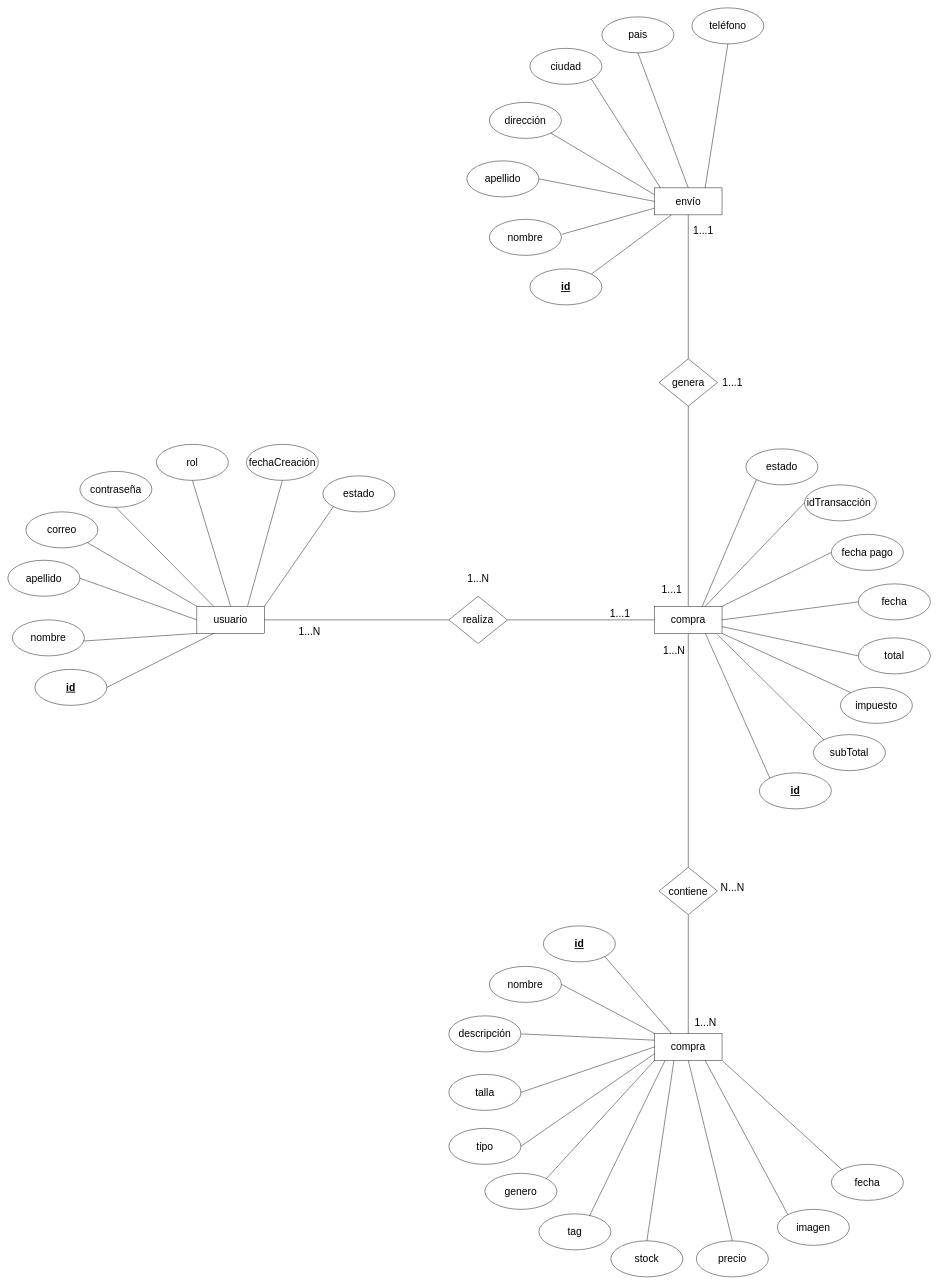
Before: Untitled Diagram.drawio in KarQuis/Modelos-Entidad-Relaci-n, a draw.io diagram. Source tidied: cells renumbered, new cells numbered last; positions are measured from the earlier drawing's top-left corner, leaving out a move shared by most shapes. Both pictures are drawn from the tidied source at 45%, with x=0, y=0 at pixel (8, 8).
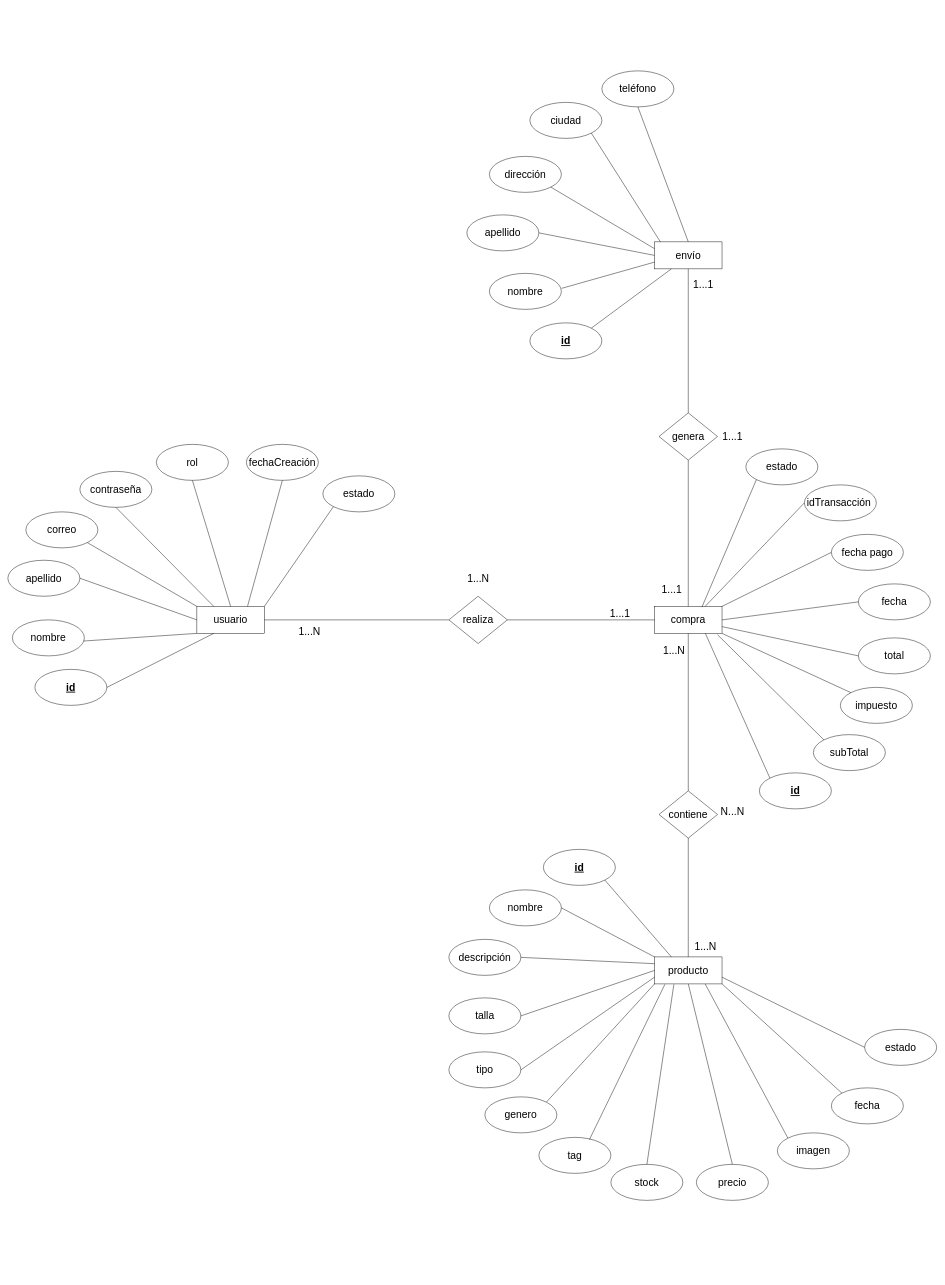
The same page after the edit.

Change to the diagram source:
```diff
@@
     <mxCell id="37" value="&lt;font style=&quot;font-size: 23px;&quot;&gt;contiene&lt;br style=&quot;font-size: 23px;&quot;&gt;&lt;/font&gt;" style="rhombus;whiteSpace=wrap;html=1;fontSize=23;" parent="1" vertex="1">
-      <mxGeometry x="1447" y="1910" width="130" height="105" as="geometry" />
+      <mxGeometry x="1447" y="1740" width="130" height="105" as="geometry" />
     </mxCell>
     <mxCell id="38" value="&lt;font style=&quot;font-size: 23px;&quot;&gt;genera&lt;br style=&quot;font-size: 23px;&quot;&gt;&lt;/font&gt;" style="rhombus;whiteSpace=wrap;html=1;fontSize=23;" parent="1" vertex="1">
-      <mxGeometry x="1447" y="780" width="130" height="105" as="geometry" />
+      <mxGeometry x="1447" y="900" width="130" height="105" as="geometry" />
     </mxCell>
     <mxCell id="39" value="&lt;font style=&quot;font-size: 23px;&quot;&gt;envío&lt;/font&gt;" style="rounded=0;whiteSpace=wrap;html=1;fontSize=23;" parent="1" vertex="1">
-      <mxGeometry x="1437" y="400" width="150" height="60" as="geometry" />
+      <mxGeometry x="1437" y="520" width="150" height="60" as="geometry" />
     </mxCell>
     <mxCell id="40" value="&lt;font style=&quot;font-size: 23px;&quot;&gt;ciudad&lt;/font&gt;" style="ellipse;whiteSpace=wrap;html=1;fontSize=23;fontStyle=0;" parent="1" vertex="1">
-      <mxGeometry x="1160" y="90" width="160" height="80" as="geometry" />
+      <mxGeometry x="1160" y="210" width="160" height="80" as="geometry" />
     </mxCell>
     <mxCell id="41" value="&lt;font style=&quot;font-size: 23px;&quot;&gt;apellido&lt;/font&gt;" style="ellipse;whiteSpace=wrap;html=1;fontSize=23;fontStyle=0;" parent="1" vertex="1">
-      <mxGeometry x="1020" y="340" width="160" height="80" as="geometry" />
+      <mxGeometry x="1020" y="460" width="160" height="80" as="geometry" />
     </mxCell>
     <mxCell id="42" value="&lt;font style=&quot;font-size: 23px;&quot;&gt;dirección&lt;/font&gt;" style="ellipse;whiteSpace=wrap;html=1;fontSize=23;fontStyle=0;" parent="1" vertex="1">
-      <mxGeometry x="1070" y="210" width="160" height="80" as="geometry" />
+      <mxGeometry x="1070" y="330" width="160" height="80" as="geometry" />
     </mxCell>
-    <mxCell id="43" value="&lt;font style=&quot;font-size: 23px;&quot;&gt;teléfono&lt;/font&gt;" style="ellipse;whiteSpace=wrap;html=1;fontSize=23;fontStyle=0;" parent="1" vertex="1">
-      <mxGeometry x="1520" width="160" height="80" as="geometry" />
-    </mxCell>
-    <mxCell id="44" value="&lt;font style=&quot;font-size: 23px;&quot;&gt;pais&lt;/font&gt;" style="ellipse;whiteSpace=wrap;html=1;fontSize=23;fontStyle=0;" parent="1" vertex="1">
-      <mxGeometry x="1320" y="20" width="160" height="80" as="geometry" />
+    <mxCell id="44" value="&lt;font style=&quot;font-size: 23px&quot;&gt;teléfono&lt;/font&gt;" style="ellipse;whiteSpace=wrap;html=1;fontSize=23;fontStyle=0;" parent="1" vertex="1">
+      <mxGeometry x="1320" y="140" width="160" height="80" as="geometry" />
     </mxCell>
     <mxCell id="45" value="&lt;font style=&quot;font-size: 23px;&quot;&gt;id&lt;/font&gt;" style="ellipse;whiteSpace=wrap;html=1;fontSize=23;fontStyle=5;" parent="1" vertex="1">
-      <mxGeometry x="1160" y="580" width="160" height="80" as="geometry" />
+      <mxGeometry x="1160" y="700" width="160" height="80" as="geometry" />
     </mxCell>
     <mxCell id="46" value="&lt;font style=&quot;font-size: 23px;&quot;&gt;nombre&lt;/font&gt;" style="ellipse;whiteSpace=wrap;html=1;fontSize=23;fontStyle=0;" parent="1" vertex="1">
-      <mxGeometry x="1070" y="470" width="160" height="80" as="geometry" />
+      <mxGeometry x="1070" y="590" width="160" height="80" as="geometry" />
     </mxCell>
     <mxCell id="47" value="&lt;font style=&quot;font-size: 23px;&quot;&gt;genero&lt;/font&gt;" style="ellipse;whiteSpace=wrap;html=1;fontSize=23;fontStyle=0;" parent="1" vertex="1">
-      <mxGeometry x="1060" y="2590" width="160" height="80" as="geometry" />
+      <mxGeometry x="1060" y="2420" width="160" height="80" as="geometry" />
     </mxCell>
     <mxCell id="48" value="&lt;font style=&quot;font-size: 23px;&quot;&gt;id&lt;/font&gt;" style="ellipse;whiteSpace=wrap;html=1;fontSize=23;fontStyle=5;" parent="1" vertex="1">
-      <mxGeometry x="1190" y="2040" width="160" height="80" as="geometry" />
+      <mxGeometry x="1190" y="1870" width="160" height="80" as="geometry" />
     </mxCell>
     <mxCell id="49" value="&lt;font style=&quot;font-size: 23px;&quot;&gt;tag&lt;/font&gt;" style="ellipse;whiteSpace=wrap;html=1;fontSize=23;fontStyle=0;" parent="1" vertex="1">
-      <mxGeometry x="1180" y="2680" width="160" height="80" as="geometry" />
+      <mxGeometry x="1180" y="2510" width="160" height="80" as="geometry" />
     </mxCell>
-    <mxCell id="50" value="&lt;font style=&quot;font-size: 23px;&quot;&gt;compra&lt;/font&gt;" style="rounded=0;whiteSpace=wrap;html=1;fontSize=23;" parent="1" vertex="1">
-      <mxGeometry x="1437" y="2279" width="150" height="60" as="geometry" />
+    <mxCell id="50" value="&lt;font style=&quot;font-size: 23px&quot;&gt;producto&lt;/font&gt;" style="rounded=0;whiteSpace=wrap;html=1;fontSize=23;" parent="1" vertex="1">
+      <mxGeometry x="1437" y="2109" width="150" height="60" as="geometry" />
     </mxCell>
     <mxCell id="51" value="&lt;font style=&quot;font-size: 23px;&quot;&gt;descripción&lt;/font&gt;" style="ellipse;whiteSpace=wrap;html=1;fontSize=23;fontStyle=0;" parent="1" vertex="1">
-      <mxGeometry x="980" y="2240" width="160" height="80" as="geometry" />
+      <mxGeometry x="980" y="2070" width="160" height="80" as="geometry" />
     </mxCell>
     <mxCell id="52" value="&lt;font style=&quot;font-size: 23px;&quot;&gt;nombre&lt;/font&gt;" style="ellipse;whiteSpace=wrap;html=1;fontSize=23;fontStyle=0;" parent="1" vertex="1">
-      <mxGeometry x="1070" y="2130" width="160" height="80" as="geometry" />
+      <mxGeometry x="1070" y="1960" width="160" height="80" as="geometry" />
     </mxCell>
     <mxCell id="53" value="&lt;font style=&quot;font-size: 23px;&quot;&gt;talla&lt;/font&gt;" style="ellipse;whiteSpace=wrap;html=1;fontSize=23;fontStyle=0;" parent="1" vertex="1">
-      <mxGeometry x="980" y="2370" width="160" height="80" as="geometry" />
+      <mxGeometry x="980" y="2200" width="160" height="80" as="geometry" />
     </mxCell>
     <mxCell id="54" value="&lt;font style=&quot;font-size: 23px;&quot;&gt;tipo&lt;/font&gt;" style="ellipse;whiteSpace=wrap;html=1;fontSize=23;fontStyle=0;" parent="1" vertex="1">
-      <mxGeometry x="980" y="2490" width="160" height="80" as="geometry" />
+      <mxGeometry x="980" y="2320" width="160" height="80" as="geometry" />
     </mxCell>
@@
     <mxCell id="57" value="&lt;font style=&quot;font-size: 23px;&quot;&gt;precio&lt;/font&gt;" style="ellipse;whiteSpace=wrap;html=1;fontSize=23;fontStyle=0;" parent="1" vertex="1">
-      <mxGeometry x="1530" y="2740" width="160" height="80" as="geometry" />
+      <mxGeometry x="1530" y="2570" width="160" height="80" as="geometry" />
     </mxCell>
     <mxCell id="58" value="&lt;font style=&quot;font-size: 23px;&quot;&gt;imagen&lt;/font&gt;" style="ellipse;whiteSpace=wrap;html=1;fontSize=23;fontStyle=0;" parent="1" vertex="1">
-      <mxGeometry x="1710" y="2670" width="160" height="80" as="geometry" />
+      <mxGeometry x="1710" y="2500" width="160" height="80" as="geometry" />
     </mxCell>
     <mxCell id="59" value="&lt;font style=&quot;font-size: 23px;&quot;&gt;stock&lt;/font&gt;" style="ellipse;whiteSpace=wrap;html=1;fontSize=23;fontStyle=0;" parent="1" vertex="1">
-      <mxGeometry x="1340" y="2740" width="160" height="80" as="geometry" />
+      <mxGeometry x="1340" y="2570" width="160" height="80" as="geometry" />
     </mxCell>
     <mxCell id="60" value="&lt;font style=&quot;font-size: 23px;&quot;&gt;fecha&lt;/font&gt;" style="ellipse;whiteSpace=wrap;html=1;fontSize=23;fontStyle=0;" parent="1" vertex="1">
-      <mxGeometry x="1830" y="2570" width="160" height="80" as="geometry" />
+      <mxGeometry x="1830" y="2400" width="160" height="80" as="geometry" />
     </mxCell>
@@
-    <mxCell id="67" style="endArrow=none;html=1;rounded=0;fontSize=23;entryX=0.5;entryY=1;entryDx=0;entryDy=0;exitX=0.75;exitY=0;exitDx=0;exitDy=0;" parent="1" edge="1" source="39" target="43">
-      <mxGeometry relative="1" as="geometry" />
-    </mxCell>
@@
     <mxCell id="78" style="endArrow=none;html=1;rounded=0;fontSize=23;exitX=0.702;exitY=0.063;exitDx=0;exitDy=0;exitPerimeter=0;" parent="1" edge="1" source="49">
       <mxGeometry relative="1" as="geometry">
-        <mxPoint x="1460" y="2340" as="targetPoint" />
+        <mxPoint x="1460" y="2170" as="targetPoint" />
       </mxGeometry>
     </mxCell>
     <mxCell id="79" style="endArrow=none;html=1;rounded=0;fontSize=23;exitX=0.5;exitY=0;exitDx=0;exitDy=0;" parent="1" edge="1" source="59">
       <mxGeometry relative="1" as="geometry">
-        <mxPoint x="1480" y="2340" as="targetPoint" />
+        <mxPoint x="1480" y="2170" as="targetPoint" />
       </mxGeometry>
     </mxCell>
@@
     <mxCell id="84" value="&lt;font style=&quot;font-size: 23px;&quot;&gt;1...N&lt;/font&gt;" style="text;html=1;align=center;verticalAlign=middle;strokeColor=none;fillColor=none;fontSize=23;" parent="1" vertex="1">
-      <mxGeometry x="1520" y="2240" width="60" height="30" as="geometry" />
+      <mxGeometry x="1520" y="2070" width="60" height="30" as="geometry" />
     </mxCell>
     <mxCell id="85" value="&lt;font style=&quot;font-size: 23px;&quot;&gt;N...N&lt;/font&gt;" style="text;html=1;align=center;verticalAlign=middle;strokeColor=none;fillColor=none;fontSize=23;" parent="1" vertex="1">
-      <mxGeometry x="1575" y="1940" width="70" height="30" as="geometry" />
+      <mxGeometry x="1575" y="1770" width="70" height="30" as="geometry" />
     </mxCell>
@@
     <mxCell id="87" value="&lt;font style=&quot;font-size: 23px;&quot;&gt;1...1&lt;/font&gt;" style="text;html=1;align=center;verticalAlign=middle;strokeColor=none;fillColor=none;fontSize=23;" parent="1" vertex="1">
-      <mxGeometry x="1515" y="480" width="60" height="30" as="geometry" />
+      <mxGeometry x="1515" y="600" width="60" height="30" as="geometry" />
     </mxCell>
     <mxCell id="88" value="&lt;font style=&quot;font-size: 23px;&quot;&gt;1...1&lt;/font&gt;" style="text;html=1;align=center;verticalAlign=middle;strokeColor=none;fillColor=none;fontSize=23;" parent="1" vertex="1">
-      <mxGeometry x="1580" y="817.5" width="60" height="30" as="geometry" />
+      <mxGeometry x="1580" y="937.5" width="60" height="30" as="geometry" />
     </mxCell>
@@
+    <mxCell id="92" value="&lt;font style=&quot;font-size: 23px;&quot;&gt;estado&lt;/font&gt;" style="ellipse;whiteSpace=wrap;html=1;fontSize=23;fontStyle=0;" parent="1" vertex="1">
+      <mxGeometry x="1904" y="2270" width="160" height="80" as="geometry" />
+    </mxCell>
+    <mxCell id="93" style="endArrow=none;html=1;rounded=0;fontSize=23;exitX=0;exitY=0.5;exitDx=0;exitDy=0;entryX=1;entryY=0.75;entryDx=0;entryDy=0;" parent="1" edge="1" source="92" target="50">
+      <mxGeometry relative="1" as="geometry" />
+    </mxCell>
```
